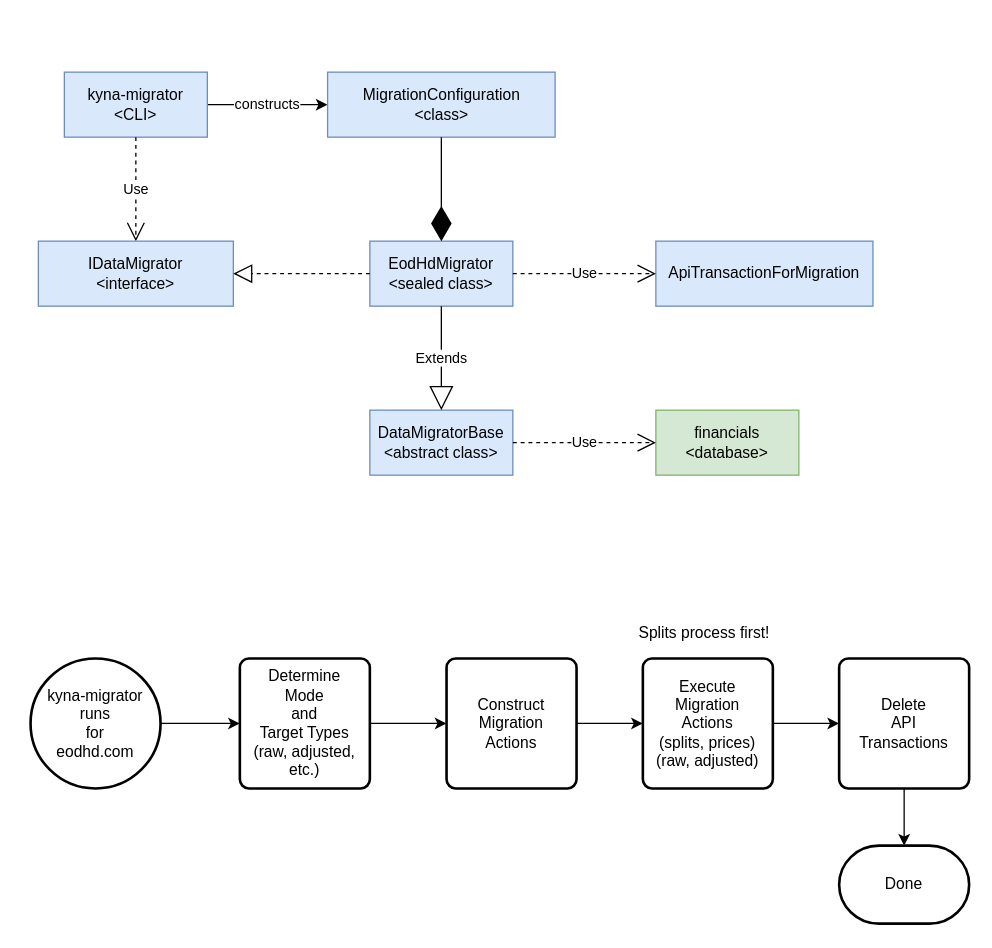
Earlier version of the draw.io diagram page "Eodhd.com Data Migration" (9 of 9) of docs/drawio/Kyna.drawio (vicsharp-shibusa/kyna). Source tidied: cells renumbered, new cells numbered last; positions are measured from the earlier drawing's top-left corner, leaving out a move shared by most shapes. Both pictures are drawn from the tidied source at 130%, with x=0, y=0 at pixel (30, 72).
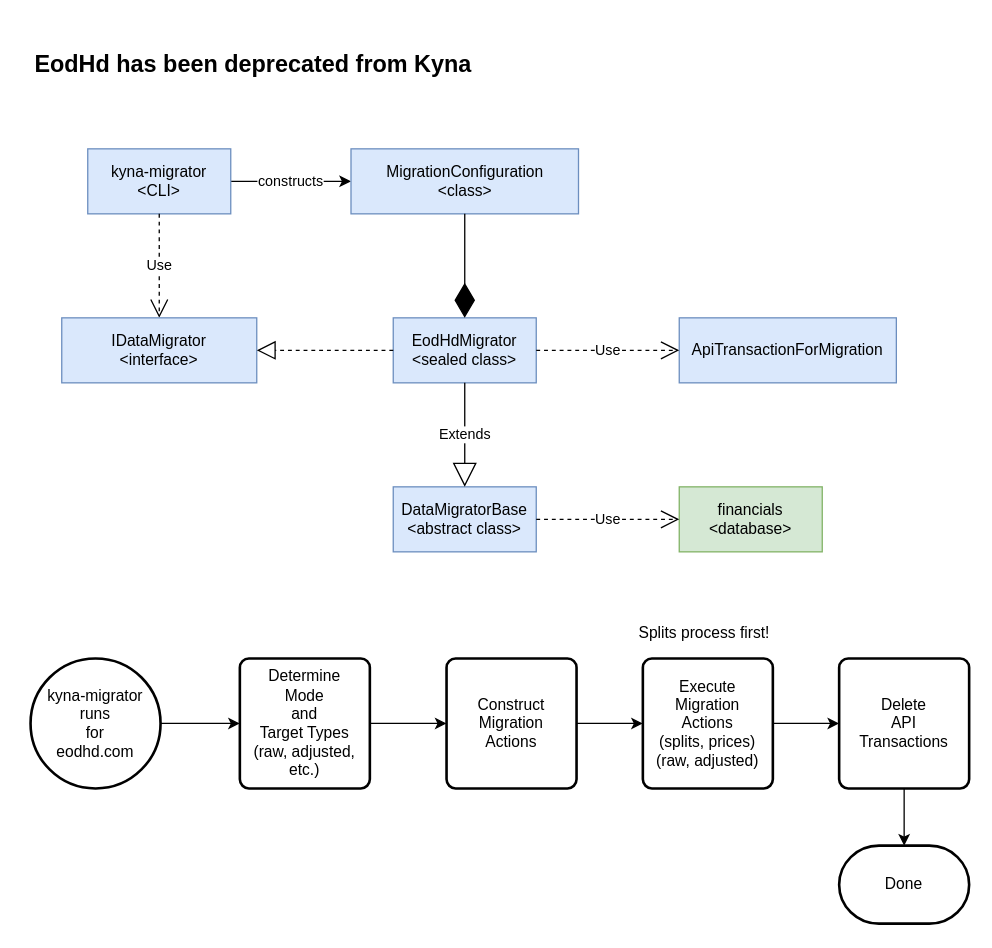
The same diagram, later.

Change to the diagram source:
```diff
@@
     <mxCell id="2" value="EodHdMigrator&lt;br&gt;&amp;lt;sealed class&amp;gt;" style="html=1;whiteSpace=wrap;fillColor=#dae8fc;strokeColor=#6c8ebf;" parent="1" vertex="1">
-      <mxGeometry x="261" y="130" width="110" height="50" as="geometry" />
+      <mxGeometry x="279" y="189" width="110" height="50" as="geometry" />
     </mxCell>
@@
     <mxCell id="4" value="kyna-migrator&lt;br style=&quot;border-color: var(--border-color);&quot;&gt;&amp;lt;CLI&amp;gt;" style="html=1;whiteSpace=wrap;fillColor=#dae8fc;strokeColor=#6c8ebf;" parent="1" vertex="1">
-      <mxGeometry x="26" width="110" height="50" as="geometry" />
+      <mxGeometry x="44" y="59" width="110" height="50" as="geometry" />
     </mxCell>
@@
     <mxCell id="6" value="MigrationConfiguration&lt;br style=&quot;border-color: var(--border-color);&quot;&gt;&amp;lt;class&amp;gt;" style="html=1;whiteSpace=wrap;fillColor=#dae8fc;strokeColor=#6c8ebf;" parent="1" vertex="1">
-      <mxGeometry x="228.5" width="175" height="50" as="geometry" />
+      <mxGeometry x="246.5" y="59" width="175" height="50" as="geometry" />
     </mxCell>
@@
     <mxCell id="8" value="DataMigratorBase&lt;br&gt;&amp;lt;abstract class&amp;gt;" style="html=1;whiteSpace=wrap;fillColor=#dae8fc;strokeColor=#6c8ebf;" parent="1" vertex="1">
-      <mxGeometry x="261" y="260" width="110" height="50" as="geometry" />
+      <mxGeometry x="279" y="319" width="110" height="50" as="geometry" />
     </mxCell>
@@
     <mxCell id="10" value="ApiTransactionForMigration" style="html=1;whiteSpace=wrap;fillColor=#dae8fc;strokeColor=#6c8ebf;" parent="1" vertex="1">
-      <mxGeometry x="481" y="130" width="167" height="50" as="geometry" />
+      <mxGeometry x="499" y="189" width="167" height="50" as="geometry" />
     </mxCell>
@@
     <mxCell id="12" value="IDataMigrator&lt;br&gt;&amp;lt;interface&amp;gt;" style="html=1;whiteSpace=wrap;fillColor=#dae8fc;strokeColor=#6c8ebf;" parent="1" vertex="1">
-      <mxGeometry x="6" y="130" width="150" height="50" as="geometry" />
+      <mxGeometry x="24" y="189" width="150" height="50" as="geometry" />
     </mxCell>
@@
     <mxCell id="14" value="financials&lt;br&gt;&amp;lt;database&amp;gt;" style="html=1;whiteSpace=wrap;fillColor=#d5e8d4;strokeColor=#82b366;" parent="1" vertex="1">
-      <mxGeometry x="481" y="260" width="110" height="50" as="geometry" />
+      <mxGeometry x="499" y="319" width="110" height="50" as="geometry" />
     </mxCell>
@@
+    <mxCell id="28" value="&lt;h2&gt;&lt;b&gt;EodHd has been deprecated from Kyna&lt;/b&gt;&lt;/h2&gt;" style="text;html=1;align=center;verticalAlign=middle;strokeColor=none;fillColor=none;" parent="1" vertex="1">
+      <mxGeometry x="-6" y="-38" width="354" height="63" as="geometry" />
+    </mxCell>
```
